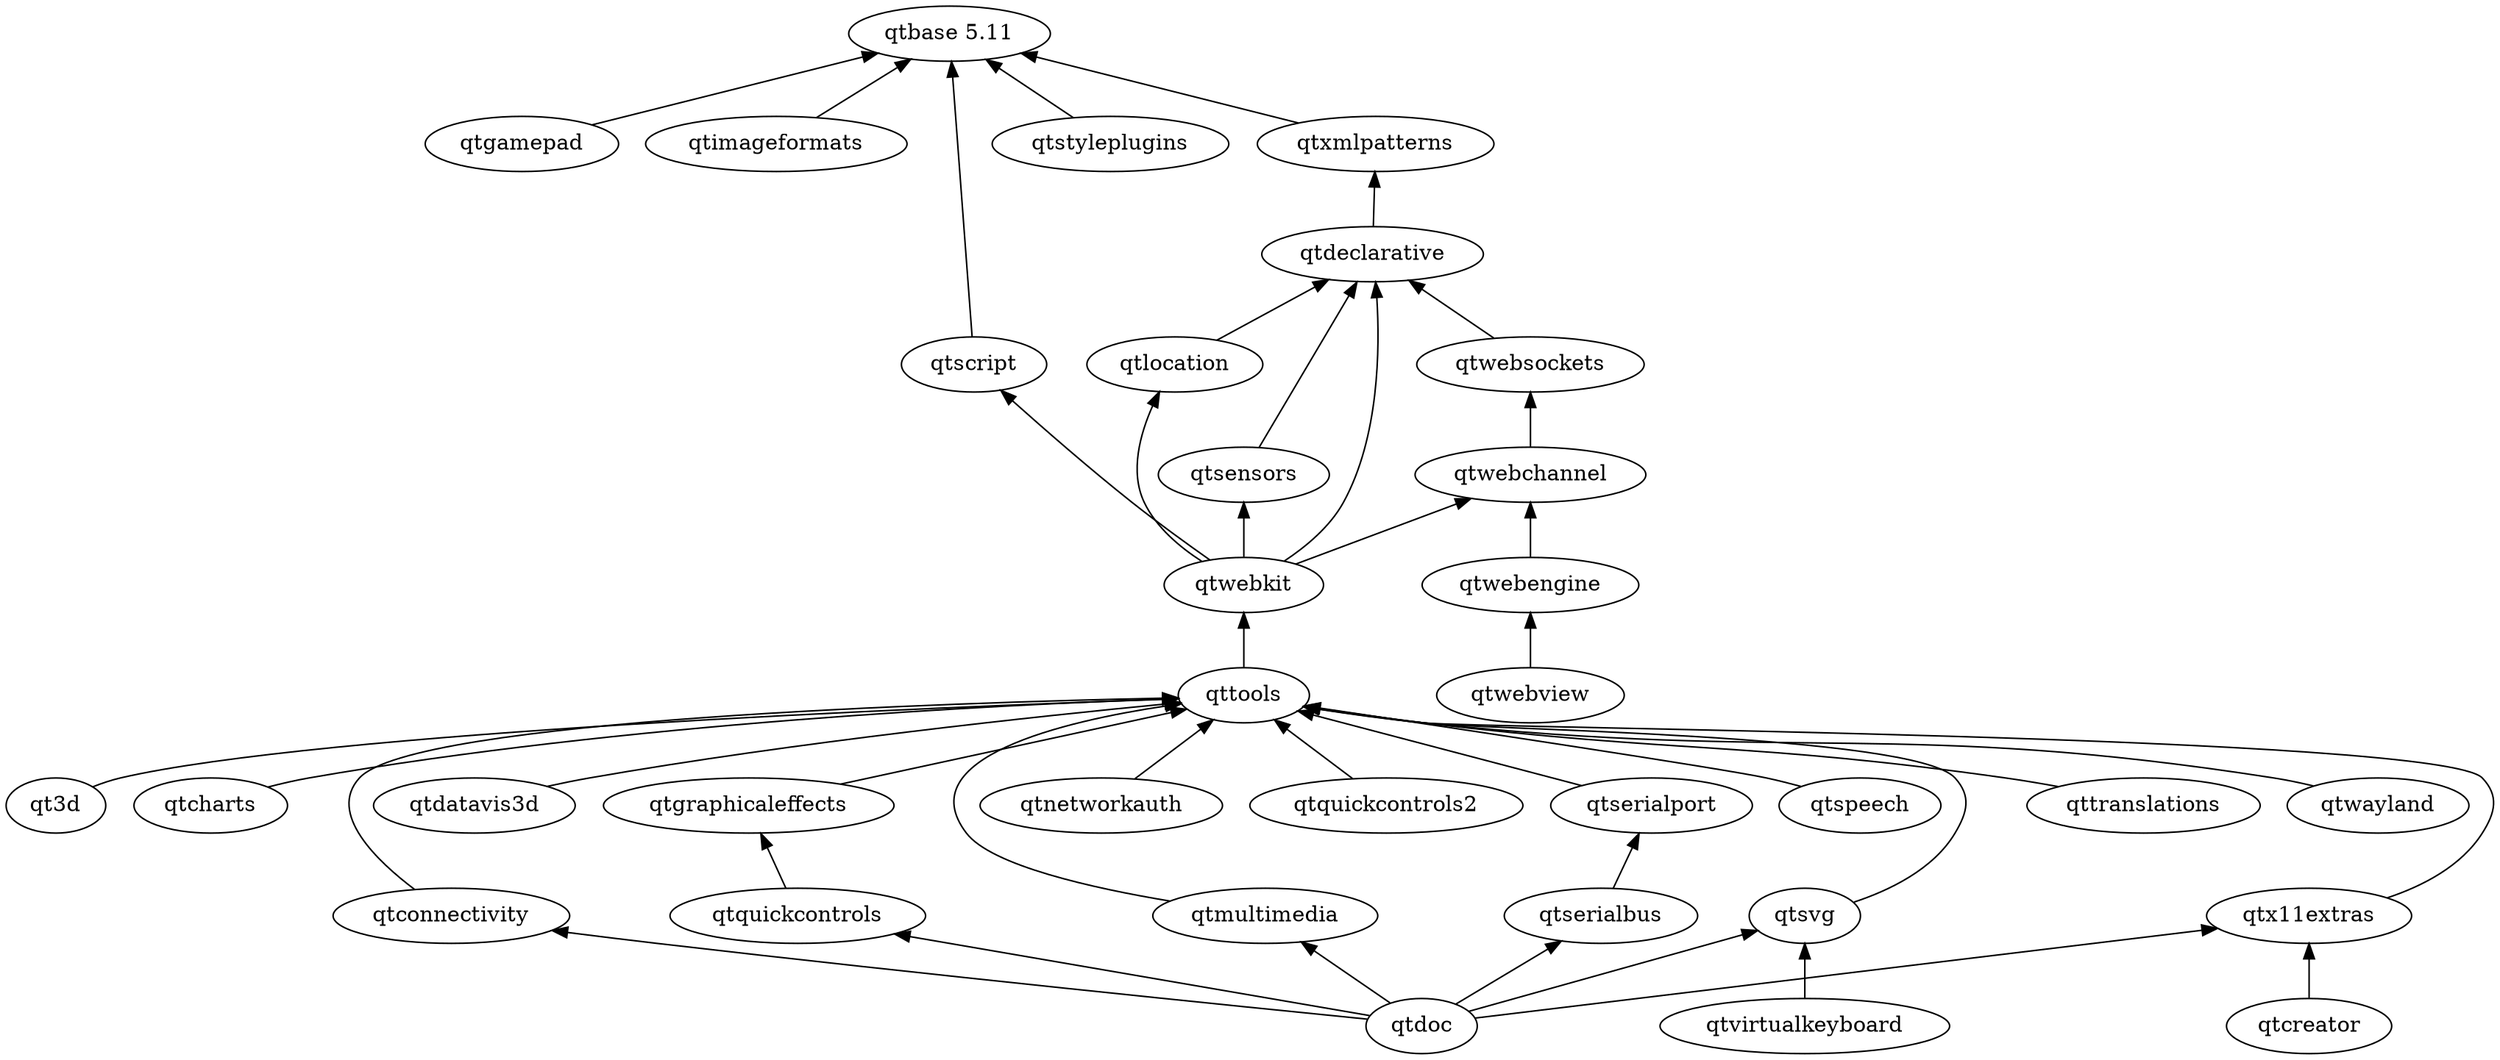
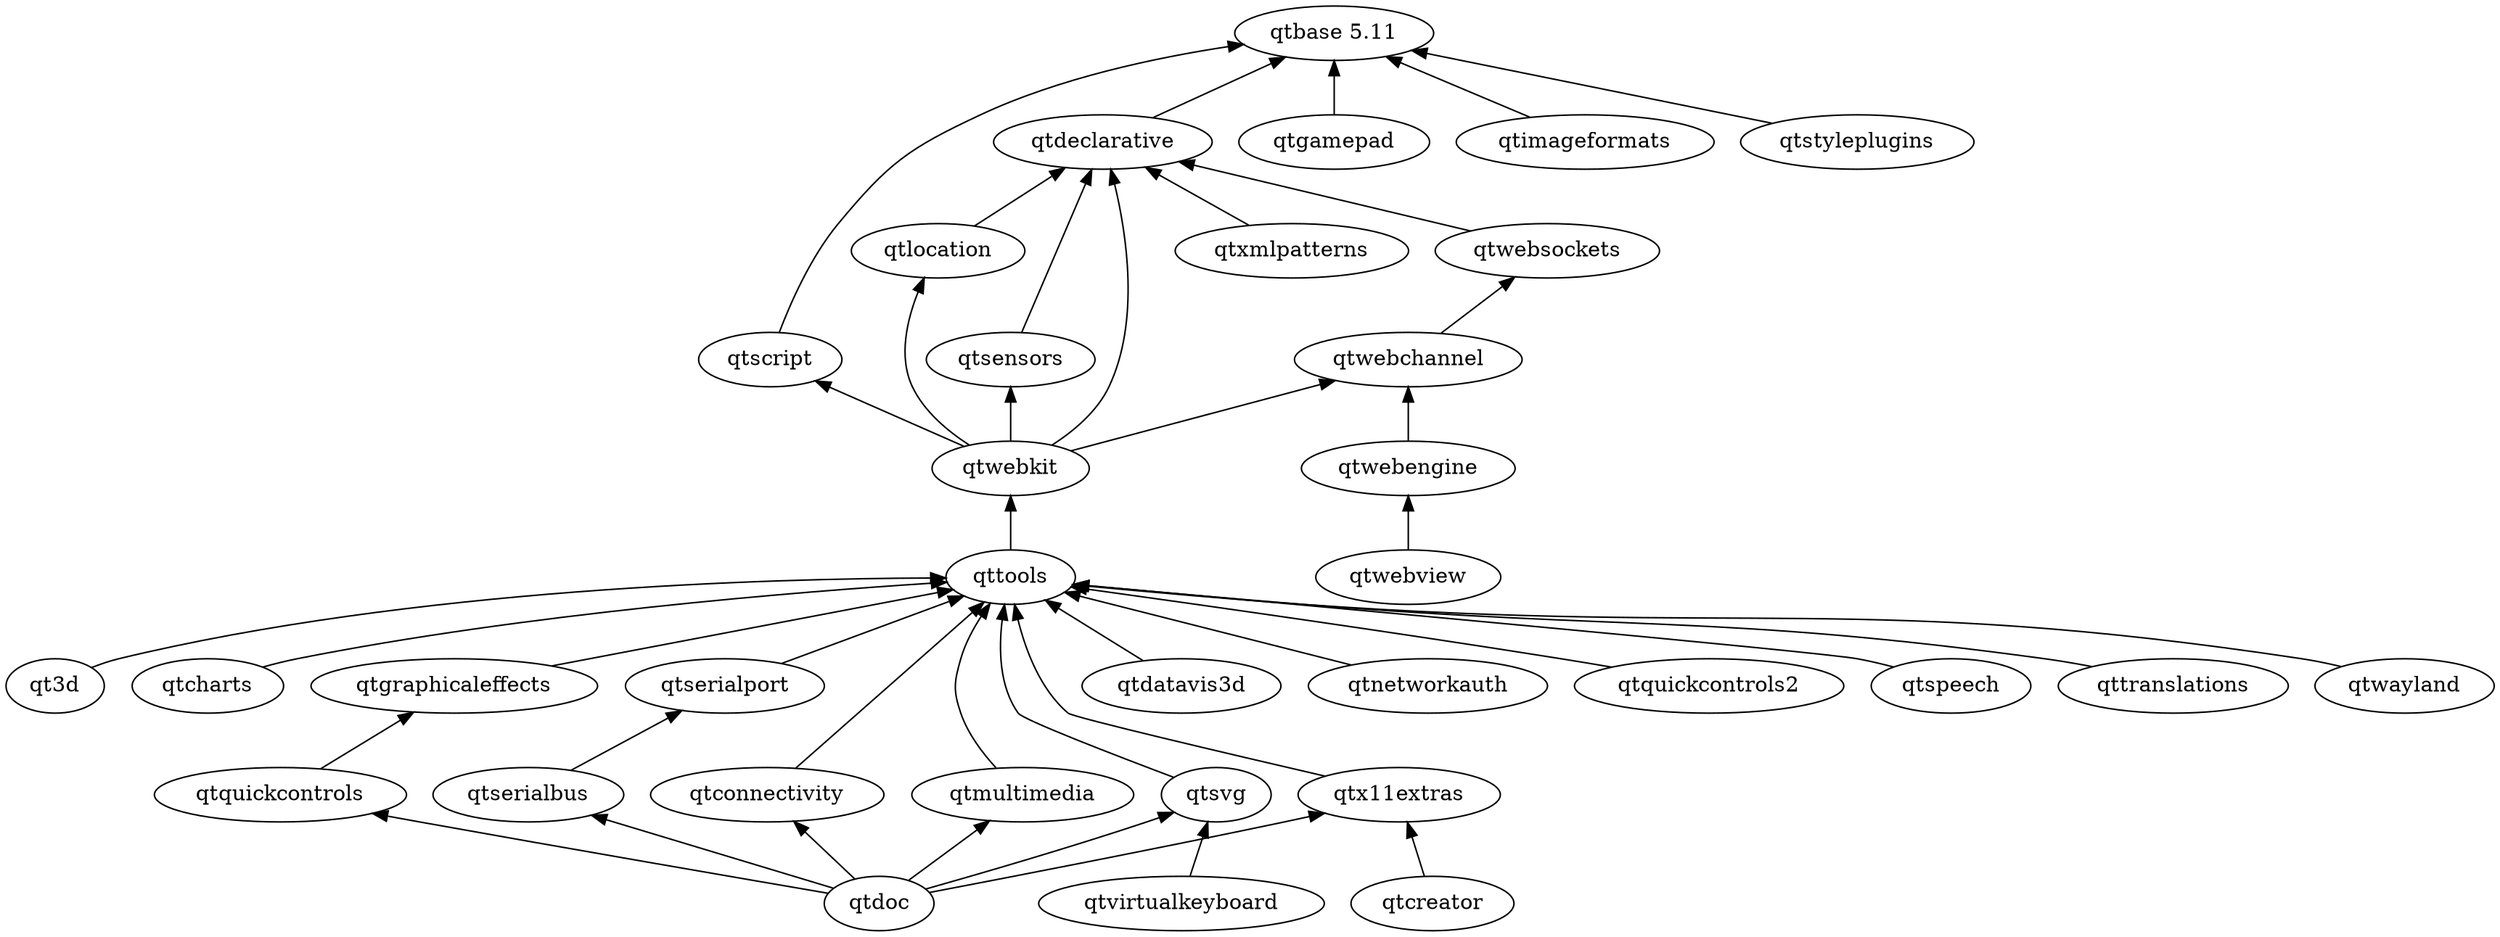
digraph qt5 {
  graph [
    rankdir = "BT"
  ]

  "qtbase 5.11"
  qt3d
  qtcharts
  qtconnectivity
  qtcreator
  qtdatavis3d
  qtdeclarative
  qtdoc
  qtgamepad
  qtgraphicaleffects
  qtimageformats
  qtlocation
  qtmultimedia
  qtnetworkauth
  qtquickcontrols
  qtquickcontrols2
  qtscript
  qtsensors
  qtserialbus
  qtserialport
  qtspeech
  qtstyleplugins
  qtsvg
  qttools
  qttranslations
  qtvirtualkeyboard
  qtwayland
  qtwebchannel
  qtwebengine
  qtwebkit
  qtwebsockets
  qtx11extras
  qtxmlpatterns

  qt3d -> qttools
  qtcharts -> qttools
  qtconnectivity -> qttools
  qtcreator -> qtx11extras
  qtdatavis3d -> qttools
-   qtdeclarative -> qtxmlpatterns
+   qtdeclarative -> "qtbase 5.11"
  qtdoc -> qtconnectivity
  qtdoc -> qtmultimedia
  qtdoc -> qtquickcontrols
  qtdoc -> qtserialbus
  qtdoc -> qtsvg
  qtdoc -> qtx11extras
  qtgamepad -> "qtbase 5.11"
  qtgraphicaleffects -> qttools
  qtimageformats -> "qtbase 5.11"
  qtlocation -> qtdeclarative
  qtmultimedia -> qttools
  qtnetworkauth -> qttools
  qtquickcontrols -> qtgraphicaleffects
  qtquickcontrols2 -> qttools
  qtscript -> "qtbase 5.11"
  qtsensors ->qtdeclarative
  qtserialbus -> qtserialport
  qtserialport -> qttools
  qtspeech -> qttools
  qtstyleplugins -> "qtbase 5.11"
  qtsvg -> qttools
  qttools -> qtwebkit
  qttranslations -> qttools
  qtvirtualkeyboard -> qtsvg
  qtwayland -> qttools
  qtwebchannel -> qtwebsockets
  qtwebengine -> qtwebchannel
  qtwebkit -> qtdeclarative
  qtwebkit -> qtlocation
  qtwebkit -> qtscript
  qtwebkit -> qtsensors
  qtwebkit -> qtwebchannel
  qtwebsockets -> qtdeclarative
  qtwebview -> qtwebengine
  qtx11extras -> qttools
-   qtxmlpatterns -> "qtbase 5.11"
+   qtxmlpatterns -> qtdeclarative
}
